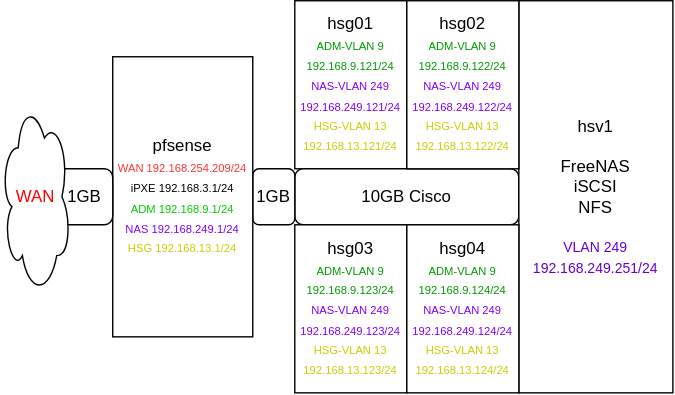
This is docs/hsgrid/hsgrid-overview-CPU-SDN.svg from 2cld/hs-platform, a draw.io export, as it was before one commit. Source tidied: cells renumbered, new cells last; positions are measured from the earlier drawing's top-left corner, leaving out a move shared by most shapes.
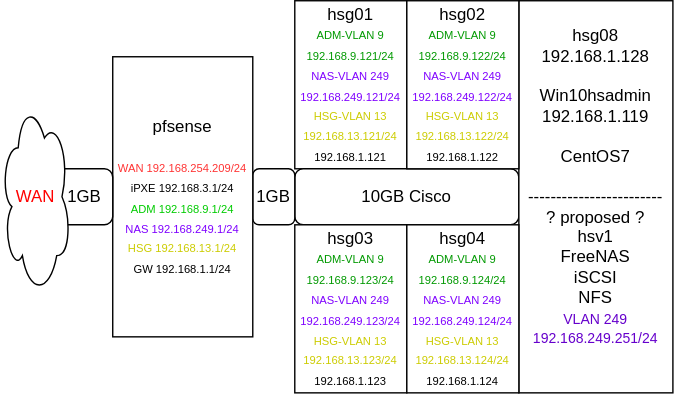
The same file after the commit.

Change to the diagram source:
```diff
@@ -2,19 +2,19 @@
   <root>
     <mxCell id="0" />
     <mxCell id="1" parent="0" />
-    <mxCell id="2" value="hsg01&lt;br&gt;&lt;font style=&quot;font-size: 8px&quot;&gt;&lt;font color=&quot;#009900&quot;&gt;ADM-VLAN 9&lt;br&gt;192.168.9.121/24&lt;/font&gt;&lt;br&gt;&lt;font color=&quot;#7f00ff&quot;&gt;NAS-VLAN 249&lt;br&gt;192.168.249.121/24&lt;/font&gt;&lt;br&gt;&lt;font color=&quot;#cccc00&quot;&gt;HSG-VLAN 13&lt;br&gt;192.168.13.121/24&lt;/font&gt;&lt;br&gt;&lt;/font&gt;" style="rounded=0;whiteSpace=wrap;html=1;" parent="1" vertex="1">
+    <mxCell id="2" value="hsg01&lt;br&gt;&lt;font style=&quot;font-size: 8px&quot;&gt;&lt;font color=&quot;#009900&quot;&gt;ADM-VLAN 9&lt;br&gt;192.168.9.121/24&lt;/font&gt;&lt;br&gt;&lt;font color=&quot;#7f00ff&quot;&gt;NAS-VLAN 249&lt;br&gt;192.168.249.121/24&lt;/font&gt;&lt;br&gt;&lt;font color=&quot;#cccc00&quot;&gt;HSG-VLAN 13&lt;br&gt;192.168.13.121/24&lt;br&gt;&lt;/font&gt;192.168.1.121&lt;br&gt;&lt;/font&gt;" style="rounded=0;whiteSpace=wrap;html=1;" parent="1" vertex="1">
       <mxGeometry x="210" width="80" height="120" as="geometry" />
     </mxCell>
     <mxCell id="3" value="10GB Cisco" style="rounded=1;whiteSpace=wrap;html=1;" parent="1" vertex="1">
       <mxGeometry x="210" y="120" width="160" height="40" as="geometry" />
     </mxCell>
-    <mxCell id="4" value="hsv1&lt;br&gt;&lt;br&gt;FreeNAS&lt;br&gt;iSCSI&lt;br&gt;NFS&lt;br&gt;&lt;br&gt;&lt;font color=&quot;#6600cc&quot;&gt;&lt;font style=&quot;font-size: 10px&quot;&gt;VLAN 249&lt;/font&gt;&lt;br&gt;&lt;font style=&quot;font-size: 10px&quot;&gt;192.168.249.251/24&lt;/font&gt;&lt;/font&gt;" style="rounded=0;whiteSpace=wrap;html=1;" parent="1" vertex="1">
+    <mxCell id="4" value="hsg08&lt;br&gt;192.168.1.128&lt;br&gt;&lt;br&gt;Win10hsadmin&lt;br&gt;192.168.1.119&lt;br&gt;&lt;br&gt;CentOS7&lt;br&gt;&lt;br&gt;------------------------&lt;br&gt;? proposed ?&lt;br&gt;hsv1&lt;br&gt;FreeNAS&lt;br&gt;iSCSI&lt;br&gt;NFS&lt;br&gt;&lt;font color=&quot;#6600cc&quot;&gt;&lt;font style=&quot;font-size: 10px&quot;&gt;VLAN 249&lt;/font&gt;&lt;br&gt;&lt;font style=&quot;font-size: 10px&quot;&gt;192.168.249.251/24&lt;br&gt;&lt;br&gt;&lt;/font&gt;&lt;/font&gt;" style="rounded=0;whiteSpace=wrap;html=1;" parent="1" vertex="1">
       <mxGeometry x="370" width="110" height="280" as="geometry" />
     </mxCell>
     <mxCell id="5" value="1GB" style="rounded=1;whiteSpace=wrap;html=1;" parent="1" vertex="1">
       <mxGeometry x="180" y="120" width="30" height="40" as="geometry" />
     </mxCell>
-    <mxCell id="6" value="pfsense&lt;br&gt;&lt;font style=&quot;font-size: 8px&quot;&gt;&lt;font color=&quot;#ff3333&quot;&gt;WAN 192.168.254.209/24&lt;/font&gt;&lt;br&gt;iPXE 192.168.3.1/24&lt;br&gt;&lt;font color=&quot;#00cc00&quot;&gt;ADM 192.168.9.1/24&lt;/font&gt;&lt;br&gt;&lt;font color=&quot;#7f00ff&quot;&gt;NAS 192.168.249.1/24&lt;br&gt;&lt;/font&gt;&lt;font color=&quot;#cccc00&quot;&gt;HSG 192.168.13.1/24&lt;/font&gt;&lt;br&gt;&lt;/font&gt;" style="rounded=0;whiteSpace=wrap;html=1;" parent="1" vertex="1">
+    <mxCell id="6" value="pfsense&lt;br&gt;&lt;br&gt;&lt;font style=&quot;font-size: 8px&quot;&gt;&lt;font color=&quot;#ff3333&quot;&gt;WAN 192.168.254.209/24&lt;/font&gt;&lt;br&gt;iPXE 192.168.3.1/24&lt;br&gt;&lt;font color=&quot;#00cc00&quot;&gt;ADM 192.168.9.1/24&lt;/font&gt;&lt;br&gt;&lt;font color=&quot;#7f00ff&quot;&gt;NAS 192.168.249.1/24&lt;br&gt;&lt;/font&gt;&lt;font color=&quot;#cccc00&quot;&gt;HSG 192.168.13.1/24&lt;br&gt;&lt;/font&gt;GW 192.168.1.1/24&lt;br&gt;&lt;/font&gt;" style="rounded=0;whiteSpace=wrap;html=1;" parent="1" vertex="1">
       <mxGeometry x="80" y="40" width="100" height="200" as="geometry" />
     </mxCell>
     <mxCell id="7" value="1GB" style="rounded=1;whiteSpace=wrap;html=1;" parent="1" vertex="1">
@@ -23,13 +23,13 @@
     <mxCell id="8" value="&lt;font color=&quot;#ff0000&quot;&gt;WAN&lt;/font&gt;" style="ellipse;shape=cloud;whiteSpace=wrap;html=1;" parent="1" vertex="1">
       <mxGeometry y="70" width="50" height="140" as="geometry" />
     </mxCell>
-    <mxCell id="9" value="hsg02&lt;br&gt;&lt;font style=&quot;font-size: 8px&quot;&gt;&lt;font color=&quot;#009900&quot;&gt;ADM-VLAN 9&lt;br&gt;192.168.9.122/24&lt;/font&gt;&lt;br&gt;&lt;font color=&quot;#7f00ff&quot;&gt;NAS-VLAN 249&lt;br&gt;192.168.249.122/24&lt;/font&gt;&lt;br&gt;&lt;font color=&quot;#cccc00&quot;&gt;HSG-VLAN 13&lt;br&gt;192.168.13.122/24&lt;/font&gt;&lt;br&gt;&lt;/font&gt;" style="rounded=0;whiteSpace=wrap;html=1;" parent="1" vertex="1">
+    <mxCell id="9" value="hsg02&lt;br&gt;&lt;font style=&quot;font-size: 8px&quot;&gt;&lt;font color=&quot;#009900&quot;&gt;ADM-VLAN 9&lt;br&gt;192.168.9.122/24&lt;/font&gt;&lt;br&gt;&lt;font color=&quot;#7f00ff&quot;&gt;NAS-VLAN 249&lt;br&gt;192.168.249.122/24&lt;/font&gt;&lt;br&gt;&lt;font color=&quot;#cccc00&quot;&gt;HSG-VLAN 13&lt;br&gt;192.168.13.122/24&lt;br&gt;&lt;/font&gt;192.168.1.122&lt;br&gt;&lt;/font&gt;" style="rounded=0;whiteSpace=wrap;html=1;" parent="1" vertex="1">
       <mxGeometry x="290" width="80" height="120" as="geometry" />
     </mxCell>
-    <mxCell id="10" value="hsg03&lt;br&gt;&lt;font style=&quot;font-size: 8px&quot;&gt;&lt;font color=&quot;#009900&quot;&gt;ADM-VLAN 9&lt;br&gt;192.168.9.123/24&lt;/font&gt;&lt;br&gt;&lt;font color=&quot;#7f00ff&quot;&gt;NAS-VLAN 249&lt;br&gt;192.168.249.123/24&lt;/font&gt;&lt;br&gt;&lt;font color=&quot;#cccc00&quot;&gt;HSG-VLAN 13&lt;br&gt;192.168.13.123/24&lt;/font&gt;&lt;br&gt;&lt;/font&gt;" style="rounded=0;whiteSpace=wrap;html=1;" parent="1" vertex="1">
+    <mxCell id="10" value="hsg03&lt;br&gt;&lt;font style=&quot;font-size: 8px&quot;&gt;&lt;font color=&quot;#009900&quot;&gt;ADM-VLAN 9&lt;br&gt;192.168.9.123/24&lt;/font&gt;&lt;br&gt;&lt;font color=&quot;#7f00ff&quot;&gt;NAS-VLAN 249&lt;br&gt;192.168.249.123/24&lt;/font&gt;&lt;br&gt;&lt;font color=&quot;#cccc00&quot;&gt;HSG-VLAN 13&lt;br&gt;192.168.13.123/24&lt;br&gt;&lt;/font&gt;192.168.1.123&lt;br&gt;&lt;/font&gt;" style="rounded=0;whiteSpace=wrap;html=1;" parent="1" vertex="1">
       <mxGeometry x="210" y="160" width="80" height="120" as="geometry" />
     </mxCell>
-    <mxCell id="11" value="hsg04&lt;br&gt;&lt;font style=&quot;font-size: 8px&quot;&gt;&lt;font color=&quot;#009900&quot;&gt;ADM-VLAN 9&lt;br&gt;192.168.9.124/24&lt;/font&gt;&lt;br&gt;&lt;font color=&quot;#7f00ff&quot;&gt;NAS-VLAN 249&lt;br&gt;192.168.249.124/24&lt;/font&gt;&lt;br&gt;&lt;font color=&quot;#cccc00&quot;&gt;HSG-VLAN 13&lt;br&gt;192.168.13.124/24&lt;/font&gt;&lt;br&gt;&lt;/font&gt;" style="rounded=0;whiteSpace=wrap;html=1;" parent="1" vertex="1">
+    <mxCell id="11" value="hsg04&lt;br&gt;&lt;font style=&quot;font-size: 8px&quot;&gt;&lt;font color=&quot;#009900&quot;&gt;ADM-VLAN 9&lt;br&gt;192.168.9.124/24&lt;/font&gt;&lt;br&gt;&lt;font color=&quot;#7f00ff&quot;&gt;NAS-VLAN 249&lt;br&gt;192.168.249.124/24&lt;/font&gt;&lt;br&gt;&lt;font color=&quot;#cccc00&quot;&gt;HSG-VLAN 13&lt;br&gt;192.168.13.124/24&lt;br&gt;&lt;/font&gt;192.168.1.124&lt;br&gt;&lt;/font&gt;" style="rounded=0;whiteSpace=wrap;html=1;" parent="1" vertex="1">
       <mxGeometry x="290" y="160" width="80" height="120" as="geometry" />
     </mxCell>
   </root>
```
